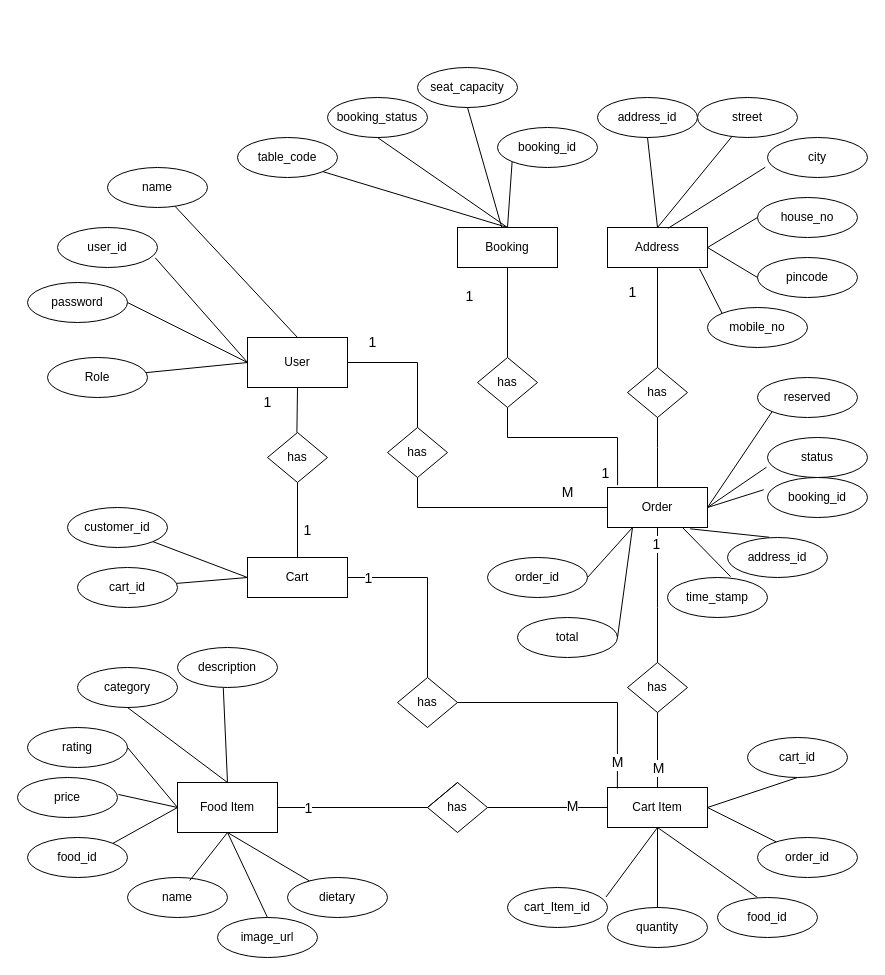
Before: erDiagram.drawio in NiranjRajesh/RestaurantManagement, a draw.io diagram. Source tidied: cells renumbered, new cells numbered last; positions are measured from the earlier drawing's top-left corner, leaving out a move shared by most shapes. Both pictures are drawn from the tidied source at 100%, with x=0, y=0 at pixel (17, 67).
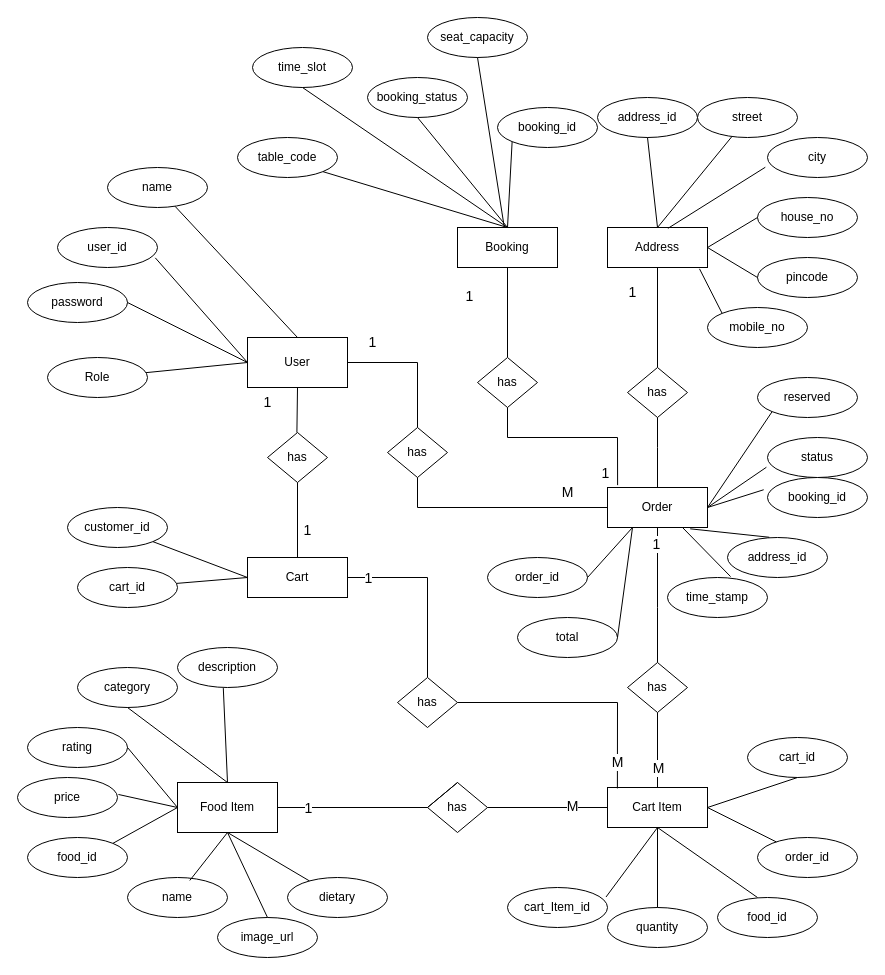
Above is the later version.

The edit, as a diff of the source:
```diff
@@
     <mxCell id="53" value="booking_id" style="ellipse;whiteSpace=wrap;html=1;align=center;" parent="1" vertex="1">
-      <mxGeometry x="480" y="60" width="100" height="40" as="geometry" />
+      <mxGeometry x="480" y="40" width="100" height="40" as="geometry" />
     </mxCell>
@@
     <mxCell id="55" value="booking_status" style="ellipse;whiteSpace=wrap;html=1;align=center;" parent="1" vertex="1">
-      <mxGeometry x="310" y="30" width="100" height="40" as="geometry" />
+      <mxGeometry x="350" y="10" width="100" height="40" as="geometry" />
     </mxCell>
     <mxCell id="56" value="seat_capacity" style="ellipse;whiteSpace=wrap;html=1;align=center;" parent="1" vertex="1">
-      <mxGeometry x="400" width="100" height="40" as="geometry" />
+      <mxGeometry x="410" y="-50" width="100" height="40" as="geometry" />
     </mxCell>
@@
+    <mxCell id="116" value="time_slot" style="ellipse;whiteSpace=wrap;html=1;align=center;" parent="1" vertex="1">
+      <mxGeometry x="235" y="-20" width="100" height="40" as="geometry" />
+    </mxCell>
+    <mxCell id="117" style="endArrow=none;html=1;rounded=0;exitX=0.5;exitY=1;exitDx=0;exitDy=0;" parent="1" edge="1" source="116">
+      <mxGeometry relative="1" as="geometry">
+        <mxPoint x="490" y="160" as="targetPoint" />
+      </mxGeometry>
+    </mxCell>
```
